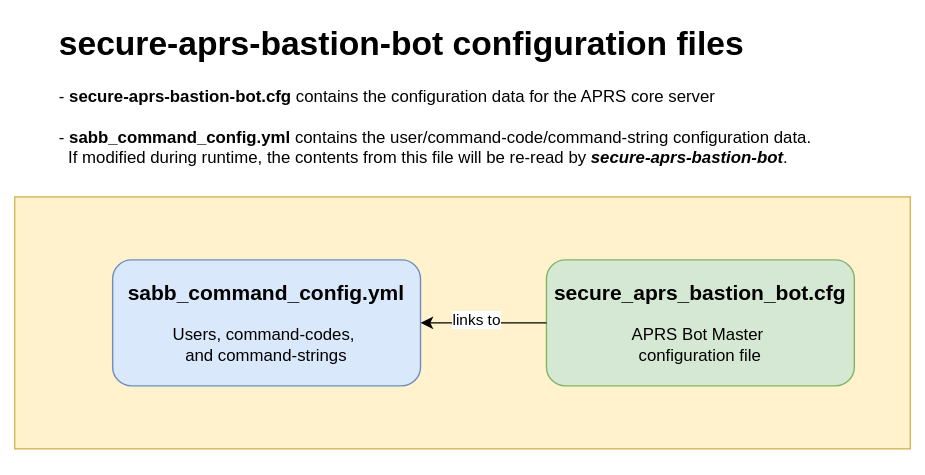
This is img/sabb_config_files.svg from joergschultzelutter/secure-aprs-bastion-bot, a draw.io export, as it was before one commit. Source tidied: cells renumbered, new cells last; positions are measured from the earlier drawing's top-left corner, leaving out a move shared by most shapes.
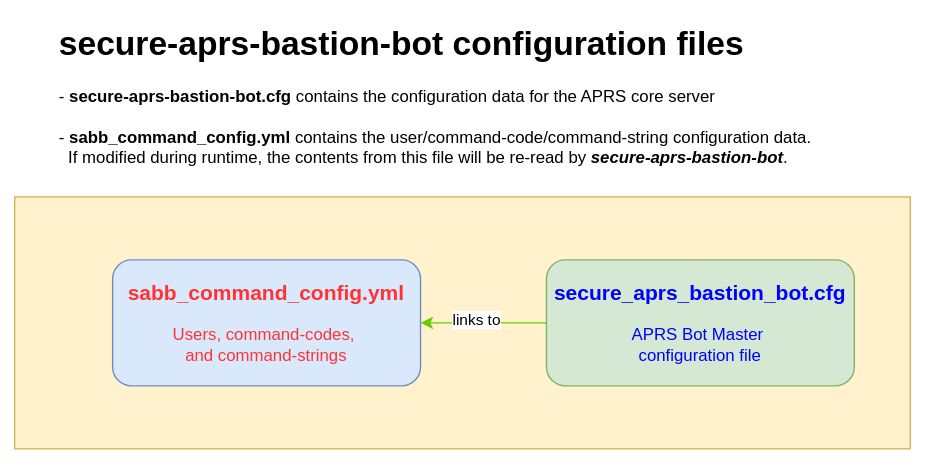
The same file after the commit.

The edit, as a diff of the source:
```diff
@@ -11,16 +11,16 @@
     <mxCell id="4" style="rounded=0;whiteSpace=wrap;html=1;fillColor=#fff2cc;strokeColor=#d6b656;" parent="3" vertex="1">
       <mxGeometry width="640" height="180" as="geometry" />
     </mxCell>
-    <mxCell id="5" value="&lt;font style=&quot;font-size: 15px;&quot;&gt;&lt;b&gt;sabb_command_config.yml&lt;/b&gt;&lt;/font&gt;&lt;div&gt;&lt;br&gt;&lt;/div&gt;&lt;div&gt;Users, command-codes,&amp;nbsp;&lt;/div&gt;&lt;div&gt;and command-strings&lt;/div&gt;" style="rounded=1;whiteSpace=wrap;html=1;fillColor=#dae8fc;strokeColor=#6c8ebf;" parent="3" vertex="1">
+    <mxCell id="5" value="&lt;font style=&quot;font-size: 15px;&quot;&gt;&lt;b&gt;sabb_command_config.yml&lt;/b&gt;&lt;/font&gt;&lt;div&gt;&lt;br&gt;&lt;/div&gt;&lt;div&gt;Users, command-codes,&amp;nbsp;&lt;/div&gt;&lt;div&gt;and command-strings&lt;/div&gt;" style="rounded=1;whiteSpace=wrap;html=1;fillColor=#dae8fc;strokeColor=#6c8ebf;fontColor=#FF3333;" parent="3" vertex="1">
       <mxGeometry x="70" y="45" width="220" height="90" as="geometry" />
     </mxCell>
-    <mxCell id="6" value="&lt;font style=&quot;font-size: 15px;&quot;&gt;&lt;b&gt;secure_aprs_bastion_bot.cfg&lt;/b&gt;&lt;/font&gt;&lt;div&gt;&lt;br&gt;&lt;/div&gt;&lt;div&gt;APRS Bot Master&amp;nbsp;&lt;/div&gt;&lt;div&gt;configuration file&lt;/div&gt;" style="rounded=1;whiteSpace=wrap;html=1;fillColor=#d5e8d4;strokeColor=#82b366;" parent="3" vertex="1">
+    <mxCell id="6" value="&lt;font style=&quot;font-size: 15px;&quot;&gt;&lt;b&gt;secure_aprs_bastion_bot.cfg&lt;/b&gt;&lt;/font&gt;&lt;div&gt;&lt;br&gt;&lt;/div&gt;&lt;div&gt;APRS Bot Master&amp;nbsp;&lt;/div&gt;&lt;div&gt;configuration file&lt;/div&gt;" style="rounded=1;whiteSpace=wrap;html=1;fillColor=#d5e8d4;strokeColor=#82b366;fontColor=#0000FF;" parent="3" vertex="1">
       <mxGeometry x="380" y="45" width="220" height="90" as="geometry" />
     </mxCell>
     <mxCell id="7" style="edgeStyle=orthogonalEdgeStyle;rounded=0;orthogonalLoop=1;jettySize=auto;html=1;exitX=0.5;exitY=1;exitDx=0;exitDy=0;" parent="3" edge="1" source="4" target="4">
       <mxGeometry relative="1" as="geometry" />
     </mxCell>
-    <mxCell id="8" style="endArrow=classic;html=1;rounded=0;entryX=1;entryY=0.5;entryDx=0;entryDy=0;exitX=0;exitY=0.5;exitDx=0;exitDy=0;" parent="3" edge="1" source="6" target="5">
+    <mxCell id="8" style="endArrow=classic;html=1;rounded=0;entryX=1;entryY=0.5;entryDx=0;entryDy=0;exitX=0;exitY=0.5;exitDx=0;exitDy=0;fontColor=light-dark(#000000,#66CC00);strokeColor=#66CC00;" parent="3" edge="1" source="6" target="5">
       <mxGeometry relative="1" as="geometry" />
     </mxCell>
     <mxCell id="9" value="links to" style="edgeLabel;html=1;align=center;verticalAlign=middle;" parent="8" vertex="1">
```
